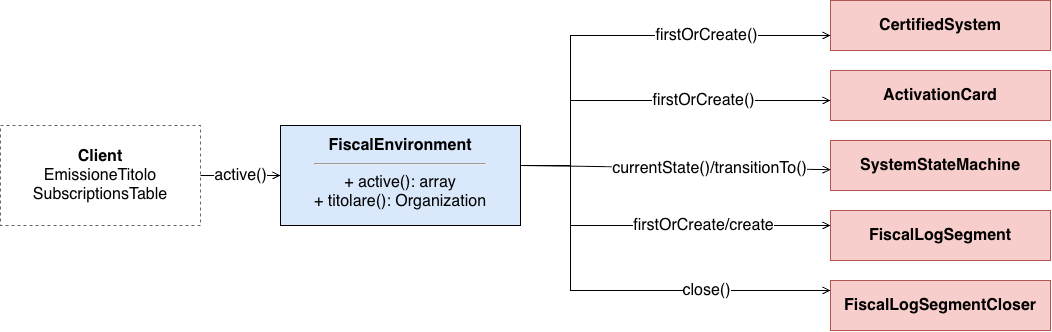
This is img/patterns/facade.png from Leddosja/thesis-EdisHodja, a draw.io export, as it was before one commit. Source tidied: cells renumbered, new cells last; positions are measured from the earlier drawing's top-left corner, leaving out a move shared by most shapes.
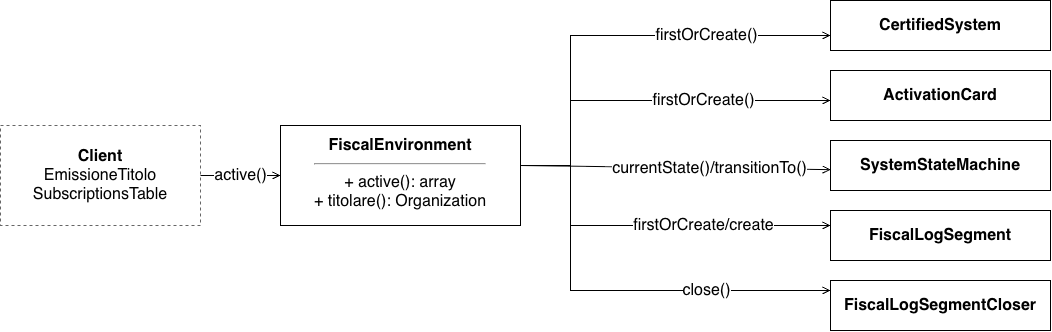
Later version of the same file.

Diff of the diagram source:
```diff
@@ -5,22 +5,22 @@
     <mxCell id="2" value="&lt;b&gt;Client&lt;/b&gt;&lt;br&gt;EmissioneTitolo&lt;br&gt;SubscriptionsTable" style="rounded=0;whiteSpace=wrap;html=1;align=center;verticalAlign=middle;fontSize=16;dashed=1;fillColor=#ffffff;strokeColor=#666666;" parent="1" vertex="1">
       <mxGeometry y="125" width="200" height="100" as="geometry" />
     </mxCell>
-    <mxCell id="3" value="&lt;b&gt;FiscalEnvironment&lt;/b&gt;&lt;hr&gt;+ active(): array&lt;br&gt;+ titolare(): Organization" style="rounded=0;whiteSpace=wrap;html=1;align=center;verticalAlign=top;fontSize=16;spacing=6;fillColor=#dae8fc;strokeColor=#000000;" parent="1" vertex="1">
+    <mxCell id="3" value="&lt;b&gt;FiscalEnvironment&lt;/b&gt;&lt;hr&gt;+ active(): array&lt;br&gt;+ titolare(): Organization" style="rounded=0;whiteSpace=wrap;html=1;align=center;verticalAlign=top;fontSize=16;spacing=6;fillColor=none;strokeColor=#000000;" parent="1" vertex="1">
       <mxGeometry x="280" y="125" width="240" height="100" as="geometry" />
     </mxCell>
-    <mxCell id="4" value="&lt;b&gt;CertifiedSystem&lt;/b&gt;" style="rounded=0;whiteSpace=wrap;html=1;align=center;verticalAlign=middle;fontSize=16;fillColor=#f8cecc;strokeColor=#b85450;" parent="1" vertex="1">
+    <mxCell id="4" value="&lt;b&gt;CertifiedSystem&lt;/b&gt;" style="rounded=0;whiteSpace=wrap;html=1;align=center;verticalAlign=middle;fontSize=16;fillColor=none;strokeColor=default;" parent="1" vertex="1">
       <mxGeometry x="830" width="220" height="50" as="geometry" />
     </mxCell>
-    <mxCell id="5" value="&lt;b&gt;ActivationCard&lt;/b&gt;" style="rounded=0;whiteSpace=wrap;html=1;align=center;verticalAlign=middle;fontSize=16;fillColor=#f8cecc;strokeColor=#b85450;" parent="1" vertex="1">
+    <mxCell id="5" value="&lt;b&gt;ActivationCard&lt;/b&gt;" style="rounded=0;whiteSpace=wrap;html=1;align=center;verticalAlign=middle;fontSize=16;fillColor=none;strokeColor=default;" parent="1" vertex="1">
       <mxGeometry x="830" y="70" width="220" height="50" as="geometry" />
     </mxCell>
-    <mxCell id="6" value="&lt;b&gt;SystemStateMachine&lt;/b&gt;" style="rounded=0;whiteSpace=wrap;html=1;align=center;verticalAlign=middle;fontSize=16;fillColor=#f8cecc;strokeColor=#b85450;" parent="1" vertex="1">
+    <mxCell id="6" value="&lt;b&gt;SystemStateMachine&lt;/b&gt;" style="rounded=0;whiteSpace=wrap;html=1;align=center;verticalAlign=middle;fontSize=16;fillColor=none;strokeColor=default;" parent="1" vertex="1">
       <mxGeometry x="830" y="140" width="220" height="50" as="geometry" />
     </mxCell>
-    <mxCell id="7" value="&lt;b&gt;FiscalLogSegment&lt;/b&gt;" style="rounded=0;whiteSpace=wrap;html=1;align=center;verticalAlign=middle;fontSize=16;fillColor=#f8cecc;strokeColor=#b85450;" parent="1" vertex="1">
+    <mxCell id="7" value="&lt;b&gt;FiscalLogSegment&lt;/b&gt;" style="rounded=0;whiteSpace=wrap;html=1;align=center;verticalAlign=middle;fontSize=16;fillColor=none;strokeColor=default;" parent="1" vertex="1">
       <mxGeometry x="830" y="210" width="220" height="50" as="geometry" />
     </mxCell>
-    <mxCell id="8" value="&lt;b&gt;FiscalLogSegmentCloser&lt;/b&gt;" style="rounded=0;whiteSpace=wrap;html=1;align=center;verticalAlign=middle;fontSize=16;fillColor=#f8cecc;strokeColor=#b85450;" parent="1" vertex="1">
+    <mxCell id="8" value="&lt;b&gt;FiscalLogSegmentCloser&lt;/b&gt;" style="rounded=0;whiteSpace=wrap;html=1;align=center;verticalAlign=middle;fontSize=16;fillColor=none;strokeColor=default;" parent="1" vertex="1">
       <mxGeometry x="830" y="280" width="220" height="50" as="geometry" />
     </mxCell>
     <mxCell id="9" value="active()" style="edgeStyle=orthogonalEdgeStyle;rounded=0;html=1;fontSize=16;endArrow=open;elbow=vertical;" parent="1" edge="1" source="2" target="3">
```
